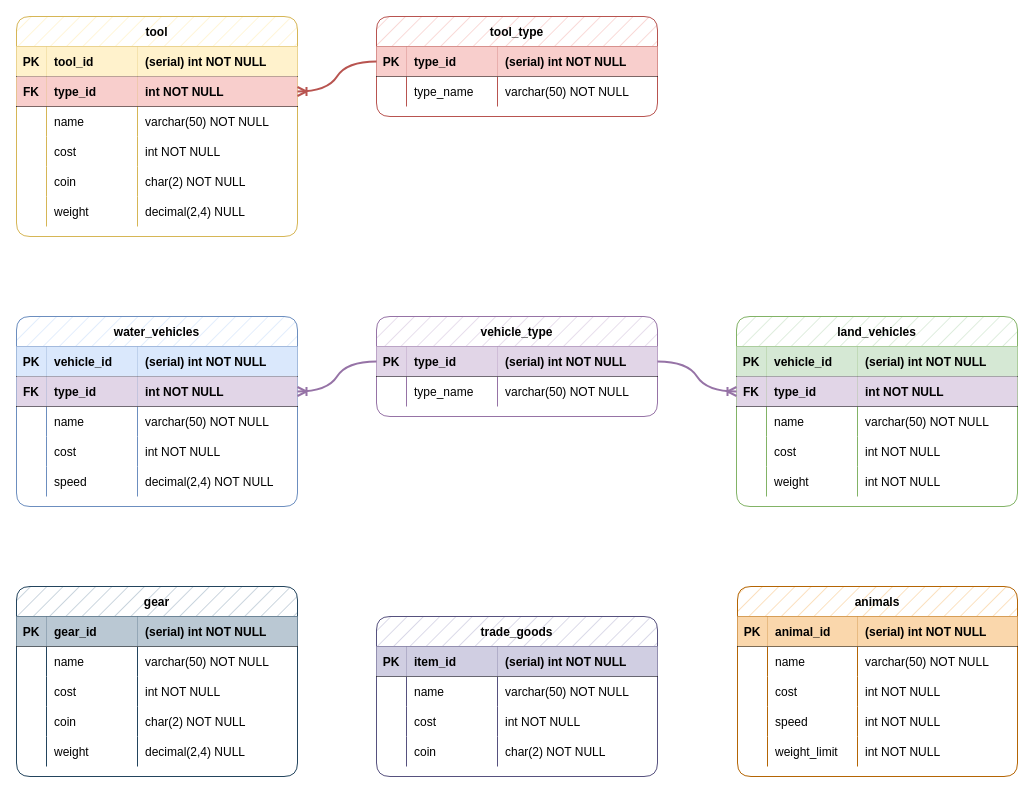
This is page "gear" (3 of 3) of diagrams/Entity Relationship Diagram.drawio from kschuljak/fantasy_shop, a draw.io file, before an edit. Source tidied: cells renumbered, new cells numbered last; positions are measured from the earlier drawing's top-left corner, leaving out a move shared by most shapes. Both pictures are drawn from the tidied source at 100%, with x=0, y=0 at pixel (16, 16).
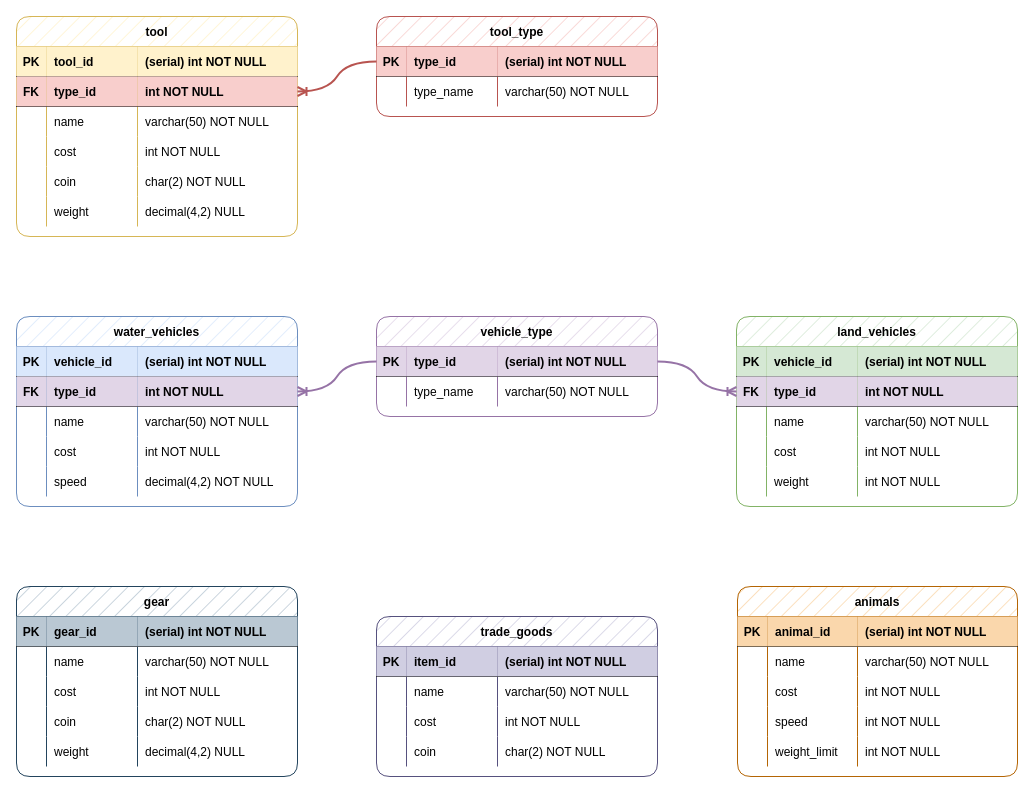
The same page after the edit.

The change refers to these unchanged cells:
```xml
<mxCell id="19" style="shape=partialRectangle;fillColor=none;top=0;left=0;right=0;bottom=0;" parent="2" vertex="1">
  <mxGeometry y="150" width="281" height="30" as="geometry" />
</mxCell>
<mxCell id="44" style="shape=partialRectangle;fillColor=none;top=0;left=0;right=0;bottom=0;" parent="23" vertex="1">
  <mxGeometry y="180" width="281" height="30" as="geometry" />
</mxCell>
<mxCell id="126" style="shape=partialRectangle;fillColor=none;top=0;left=0;right=0;bottom=0;" parent="109" vertex="1">
  <mxGeometry y="150" width="281" height="30" as="geometry" />
</mxCell>
```

Diff of the diagram source:
```diff
@@
-    <mxCell id="22" value="decimal(2,4) NULL" style="shape=partialRectangle;overflow=hidden;fillColor=none;top=0;left=0;bottom=0;right=0;align=left;spacingLeft=6;" parent="19" vertex="1">
+    <mxCell id="22" value="decimal(4,2) NULL" style="shape=partialRectangle;overflow=hidden;fillColor=none;top=0;left=0;bottom=0;right=0;align=left;spacingLeft=6;" parent="19" vertex="1">
       <mxGeometry x="121" width="160" height="30" as="geometry" />
     </mxCell>
@@
-    <mxCell id="47" value="decimal(2,4) NULL" style="shape=partialRectangle;overflow=hidden;fillColor=none;top=0;left=0;bottom=0;right=0;align=left;spacingLeft=6;" parent="44" vertex="1">
+    <mxCell id="47" value="decimal(4,2) NULL" style="shape=partialRectangle;overflow=hidden;fillColor=none;top=0;left=0;bottom=0;right=0;align=left;spacingLeft=6;" parent="44" vertex="1">
       <mxGeometry x="121" width="160" height="30" as="geometry" />
     </mxCell>
@@
-    <mxCell id="129" value="decimal(2,4) NOT NULL" style="shape=partialRectangle;overflow=hidden;fillColor=none;top=0;left=0;bottom=0;right=0;align=left;spacingLeft=6;" parent="126" vertex="1">
+    <mxCell id="129" value="decimal(4,2) NOT NULL" style="shape=partialRectangle;overflow=hidden;fillColor=none;top=0;left=0;bottom=0;right=0;align=left;spacingLeft=6;" parent="126" vertex="1">
       <mxGeometry x="121" width="160" height="30" as="geometry" />
     </mxCell>
```
